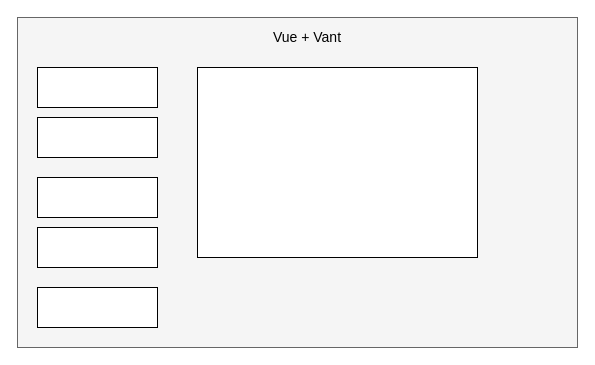
Earlier version of the draw.io diagram 新建元资产可视化.drawio (meterXu/drawiofile). Source tidied: cells renumbered, new cells numbered last; positions are measured from the earlier drawing's top-left corner, leaving out a move shared by most shapes. Both pictures are drawn from the tidied source at 100%, with x=0, y=0 at pixel (17, 17).
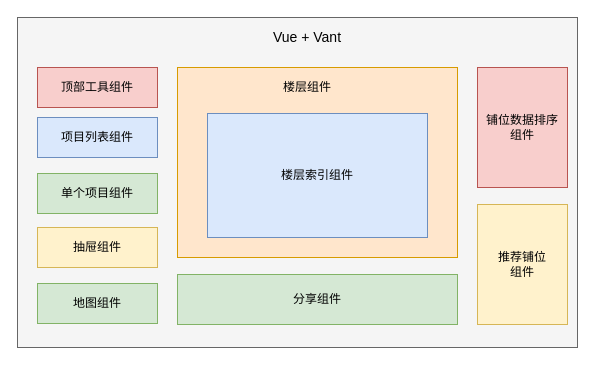
After the change.

What changed in the source:
```diff
@@
 <mxGraphModel>
   <root>
     <mxCell id="0" />
     <mxCell id="1" parent="0" />
     <mxCell id="2" style="rounded=0;whiteSpace=wrap;html=1;fillColor=#f5f5f5;strokeColor=#666666;fontColor=#333333;" parent="1" vertex="1">
       <mxGeometry width="560" height="330" as="geometry" />
     </mxCell>
     <mxCell id="3" value="&lt;span style=&quot;font-size: 14px&quot;&gt;Vue + Vant&lt;/span&gt;" style="text;html=1;strokeColor=none;fillColor=none;align=center;verticalAlign=middle;whiteSpace=wrap;rounded=0;" parent="1" vertex="1">
       <mxGeometry x="250" y="10" width="80" height="20" as="geometry" />
     </mxCell>
-    <mxCell id="4" style="rounded=0;whiteSpace=wrap;html=1;" parent="1" vertex="1">
+    <mxCell id="4" value="顶部工具组件" style="rounded=0;whiteSpace=wrap;html=1;fillColor=#f8cecc;strokeColor=#b85450;" parent="1" vertex="1">
       <mxGeometry x="20" y="50" width="120" height="40" as="geometry" />
     </mxCell>
-    <mxCell id="5" style="rounded=0;whiteSpace=wrap;html=1;" parent="1" vertex="1">
+    <mxCell id="5" value="项目列表组件" style="rounded=0;whiteSpace=wrap;html=1;fillColor=#dae8fc;strokeColor=#6c8ebf;" parent="1" vertex="1">
       <mxGeometry x="20" y="100" width="120" height="40" as="geometry" />
     </mxCell>
-    <mxCell id="6" style="rounded=0;whiteSpace=wrap;html=1;" parent="1" vertex="1">
-      <mxGeometry x="20" y="160" width="120" height="40" as="geometry" />
+    <mxCell id="6" value="单个项目组件" style="rounded=0;whiteSpace=wrap;html=1;fillColor=#d5e8d4;strokeColor=#82b366;" parent="1" vertex="1">
+      <mxGeometry x="20" y="156" width="120" height="40" as="geometry" />
     </mxCell>
-    <mxCell id="7" style="rounded=0;whiteSpace=wrap;html=1;" parent="1" vertex="1">
+    <mxCell id="7" value="抽屉组件" style="rounded=0;whiteSpace=wrap;html=1;fillColor=#fff2cc;strokeColor=#d6b656;" parent="1" vertex="1">
       <mxGeometry x="20" y="210" width="120" height="40" as="geometry" />
     </mxCell>
-    <mxCell id="8" style="rounded=0;whiteSpace=wrap;html=1;" parent="1" vertex="1">
-      <mxGeometry x="20" y="270" width="120" height="40" as="geometry" />
+    <mxCell id="8" value="地图组件" style="rounded=0;whiteSpace=wrap;html=1;fillColor=#d5e8d4;strokeColor=#82b366;" parent="1" vertex="1">
+      <mxGeometry x="20" y="266" width="120" height="40" as="geometry" />
     </mxCell>
-    <mxCell id="9" style="rounded=0;whiteSpace=wrap;html=1;" parent="1" vertex="1">
-      <mxGeometry x="180" y="50" width="280" height="190" as="geometry" />
+    <mxCell id="9" style="rounded=0;whiteSpace=wrap;html=1;fillColor=#ffe6cc;strokeColor=#d79b00;" parent="1" vertex="1">
+      <mxGeometry x="160" y="50" width="280" height="190" as="geometry" />
     </mxCell>
+    <mxCell id="10" value="分享组件" style="rounded=0;whiteSpace=wrap;html=1;fillColor=#d5e8d4;strokeColor=#82b366;" parent="1" vertex="1">
+      <mxGeometry x="160" y="257" width="280" height="50" as="geometry" />
+    </mxCell>
+    <mxCell id="11" value="铺位数据排序&lt;br&gt;组件" style="rounded=0;whiteSpace=wrap;html=1;fillColor=#f8cecc;strokeColor=#b85450;" parent="1" vertex="1">
+      <mxGeometry x="460" y="50" width="90" height="120" as="geometry" />
+    </mxCell>
+    <mxCell id="12" value="推荐铺位&lt;br&gt;组件" style="rounded=0;whiteSpace=wrap;html=1;fillColor=#fff2cc;strokeColor=#d6b656;" parent="1" vertex="1">
+      <mxGeometry x="460" y="187" width="90" height="120" as="geometry" />
+    </mxCell>
+    <mxCell id="13" value="楼层索引组件" style="rounded=0;whiteSpace=wrap;html=1;fillColor=#dae8fc;strokeColor=#6c8ebf;" parent="1" vertex="1">
+      <mxGeometry x="190" y="96" width="220" height="124" as="geometry" />
+    </mxCell>
+    <mxCell id="14" value="楼层组件" style="text;html=1;strokeColor=none;fillColor=none;align=center;verticalAlign=middle;whiteSpace=wrap;rounded=0;" parent="1" vertex="1">
+      <mxGeometry x="260" y="60" width="60" height="20" as="geometry" />
+    </mxCell>
   </root>
 </mxGraphModel>
```
